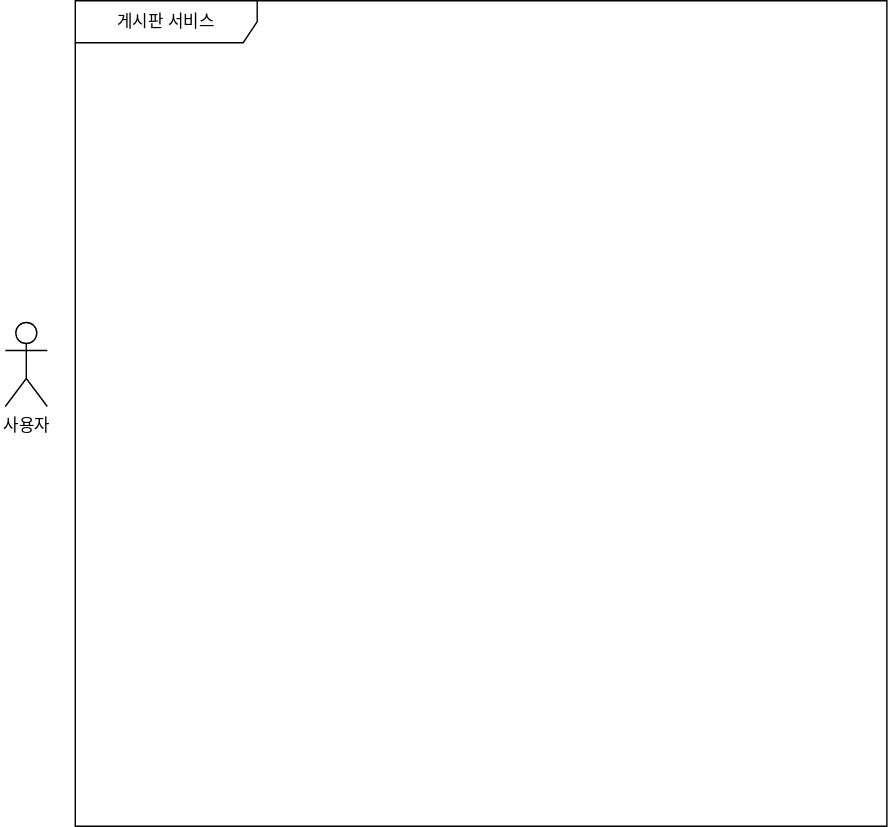
Before: document/use-case.svg, a diagram exported from draw.io (IlSungJung/fastcampus-project-board). Source tidied: cells renumbered, new cells last; positions are measured from the earlier drawing's top-left corner, leaving out a move shared by most shapes.
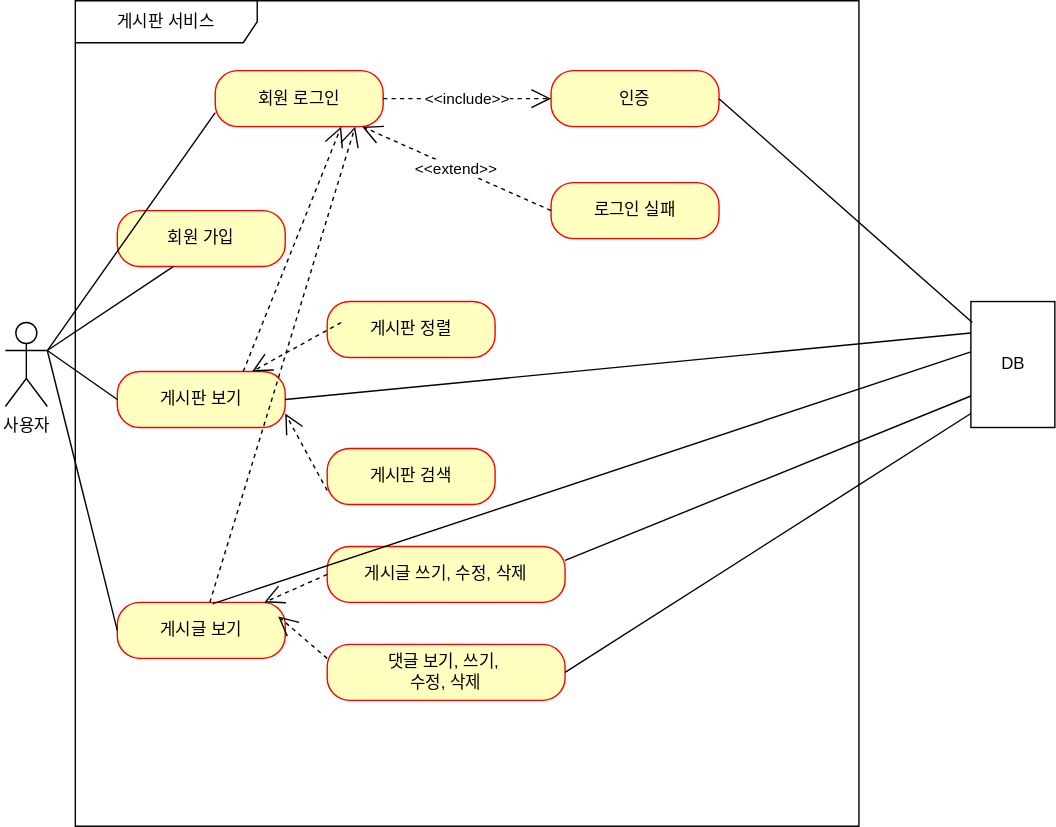
Above is the later version.

Commit message:
use-case.svg이 추가되었습니다.

Diff of the diagram source:
```diff
@@ -6,7 +6,101 @@
       <mxGeometry y="230" width="30" height="60" as="geometry" />
     </mxCell>
     <mxCell id="3" value="게시판 서비스" style="shape=umlFrame;whiteSpace=wrap;html=1;width=130;height=30;" parent="1" vertex="1">
-      <mxGeometry x="50" width="580" height="590" as="geometry" />
+      <mxGeometry x="50" width="560" height="590" as="geometry" />
     </mxCell>
+    <mxCell id="4" value="DB" style="html=1;" parent="1" vertex="1">
+      <mxGeometry x="690" y="215" width="60" height="90" as="geometry" />
+    </mxCell>
+    <mxCell id="5" value="회원 로그인" style="rounded=1;whiteSpace=wrap;html=1;arcSize=40;fontColor=#000000;fillColor=#ffffc0;strokeColor=#ff0000;" parent="1" vertex="1">
+      <mxGeometry x="150" y="50" width="120" height="40" as="geometry" />
+    </mxCell>
+    <mxCell id="6" value="회원 가입" style="rounded=1;whiteSpace=wrap;html=1;arcSize=40;fontColor=#000000;fillColor=#ffffc0;strokeColor=#ff0000;" parent="1" vertex="1">
+      <mxGeometry x="80" y="150" width="120" height="40" as="geometry" />
+    </mxCell>
+    <mxCell id="7" value="게시판 보기" style="rounded=1;whiteSpace=wrap;html=1;arcSize=40;fontColor=#000000;fillColor=#ffffc0;strokeColor=#ff0000;" parent="1" vertex="1">
+      <mxGeometry x="80" y="265" width="120" height="40" as="geometry" />
+    </mxCell>
+    <mxCell id="8" value="게시글 보기" style="rounded=1;whiteSpace=wrap;html=1;arcSize=40;fontColor=#000000;fillColor=#ffffc0;strokeColor=#ff0000;" parent="1" vertex="1">
+      <mxGeometry x="80" y="430" width="120" height="40" as="geometry" />
+    </mxCell>
+    <mxCell id="9" value="인증" style="rounded=1;whiteSpace=wrap;html=1;arcSize=40;fontColor=#000000;fillColor=#ffffc0;strokeColor=#ff0000;" parent="1" vertex="1">
+      <mxGeometry x="390" y="50" width="120" height="40" as="geometry" />
+    </mxCell>
+    <mxCell id="10" value="로그인 실패" style="rounded=1;whiteSpace=wrap;html=1;arcSize=40;fontColor=#000000;fillColor=#ffffc0;strokeColor=#ff0000;" parent="1" vertex="1">
+      <mxGeometry x="390" y="130" width="120" height="40" as="geometry" />
+    </mxCell>
+    <mxCell id="11" value="게시판 정렬" style="rounded=1;whiteSpace=wrap;html=1;arcSize=40;fontColor=#000000;fillColor=#ffffc0;strokeColor=#ff0000;" parent="1" vertex="1">
+      <mxGeometry x="230" y="215" width="120" height="40" as="geometry" />
+    </mxCell>
+    <mxCell id="12" value="게시판 검색" style="rounded=1;whiteSpace=wrap;html=1;arcSize=40;fontColor=#000000;fillColor=#ffffc0;strokeColor=#ff0000;" parent="1" vertex="1">
+      <mxGeometry x="230" y="320" width="120" height="40" as="geometry" />
+    </mxCell>
+    <mxCell id="13" value="게시글 쓰기, 수정, 삭제" style="rounded=1;whiteSpace=wrap;html=1;arcSize=40;fontColor=#000000;fillColor=#ffffc0;strokeColor=#ff0000;" parent="1" vertex="1">
+      <mxGeometry x="230" y="390" width="170" height="40" as="geometry" />
+    </mxCell>
+    <mxCell id="14" value="댓글 보기, 쓰기,&amp;nbsp;&lt;br&gt;수정, 삭제" style="rounded=1;whiteSpace=wrap;html=1;arcSize=40;fontColor=#000000;fillColor=#ffffc0;strokeColor=#ff0000;" parent="1" vertex="1">
+      <mxGeometry x="230" y="460" width="170" height="40" as="geometry" />
+    </mxCell>
+    <mxCell id="15" style="endArrow=none;html=1;rounded=0;exitX=1;exitY=0.3333333333333333;exitDx=0;exitDy=0;exitPerimeter=0;entryX=0;entryY=0.75;entryDx=0;entryDy=0;" parent="1" edge="1" source="2" target="5">
+      <mxGeometry relative="1" as="geometry" />
+    </mxCell>
+    <mxCell id="16" style="endArrow=none;html=1;rounded=0;entryX=0.333;entryY=1;entryDx=0;entryDy=0;entryPerimeter=0;" parent="1" edge="1" target="6">
+      <mxGeometry relative="1" as="geometry">
+        <mxPoint x="30" y="250" as="sourcePoint" />
+      </mxGeometry>
+    </mxCell>
+    <mxCell id="17" style="endArrow=none;html=1;rounded=0;entryX=0;entryY=0.5;entryDx=0;entryDy=0;" parent="1" edge="1" target="7">
+      <mxGeometry relative="1" as="geometry">
+        <mxPoint x="30" y="250" as="sourcePoint" />
+      </mxGeometry>
+    </mxCell>
+    <mxCell id="18" style="endArrow=none;html=1;rounded=0;entryX=0;entryY=0.5;entryDx=0;entryDy=0;" parent="1" edge="1" target="8">
+      <mxGeometry relative="1" as="geometry">
+        <mxPoint x="30" y="250" as="sourcePoint" />
+      </mxGeometry>
+    </mxCell>
+    <mxCell id="19" value="&amp;lt;&amp;lt;include&amp;gt;&amp;gt;" style="endArrow=open;endSize=12;dashed=1;html=1;rounded=0;entryX=0;entryY=0.5;entryDx=0;entryDy=0;" parent="1" edge="1" source="5" target="9">
+      <mxGeometry relative="1" as="geometry" />
+    </mxCell>
+    <mxCell id="20" value="&amp;lt;&amp;lt;extend&amp;gt;&amp;gt;" style="endArrow=open;endSize=12;dashed=1;html=1;rounded=0;exitX=0;exitY=0.5;exitDx=0;exitDy=0;" parent="1" edge="1" source="10" target="5">
+      <mxGeometry relative="1" as="geometry" />
+    </mxCell>
+    <mxCell id="21" value="&lt;span style=&quot;color: rgba(0, 0, 0, 0); font-family: monospace; font-size: 0px; text-align: start; background-color: rgb(248, 249, 250);&quot;&gt;%3CmxGraphModel%3E%3Croot%3E%3CmxCell%20id%3D%220%22%2F%3E%3CmxCell%20id%3D%221%22%20parent%3D%220%22%2F%3E%3CmxCell%20id%3D%222%22%20value%3D%22%26amp%3Blt%3B%26amp%3Blt%3Bextend%26amp%3Bgt%3B%26amp%3Bgt%3B%22%20style%3D%22endArrow%3Dopen%3BendSize%3D12%3Bdashed%3D1%3Bhtml%3D1%3Brounded%3D0%3BexitX%3D0%3BexitY%3D0.5%3BexitDx%3D0%3BexitDy%3D0%3B%22%20edge%3D%221%22%20parent%3D%221%22%3E%3CmxGeometry%20width%3D%22160%22%20relative%3D%221%22%20as%3D%22geometry%22%3E%3CmxPoint%20x%3D%22430%22%20y%3D%22200%22%20as%3D%22sourcePoint%22%2F%3E%3CmxPoint%20x%3D%22295%22%20y%3D%22140%22%20as%3D%22targetPoint%22%2F%3E%3CArray%20as%3D%22points%22%2F%3E%3C%2FmxGeometry%3E%3C%2FmxCell%3E%3C%2Froot%3E%3C%2FmxGraphModel%3E&lt;/span&gt;" style="endArrow=open;endSize=12;dashed=1;html=1;rounded=0;exitX=0.75;exitY=0;exitDx=0;exitDy=0;entryX=0.75;entryY=1;entryDx=0;entryDy=0;" parent="1" edge="1" source="7" target="5">
+      <mxGeometry relative="1" as="geometry" />
+    </mxCell>
+    <mxCell id="22" value="&lt;span style=&quot;color: rgba(0, 0, 0, 0); font-family: monospace; font-size: 0px; text-align: start; background-color: rgb(248, 249, 250);&quot;&gt;%3CmxGraphModel%3E%3Croot%3E%3CmxCell%20id%3D%220%22%2F%3E%3CmxCell%20id%3D%221%22%20parent%3D%220%22%2F%3E%3CmxCell%20id%3D%222%22%20value%3D%22%26amp%3Blt%3B%26amp%3Blt%3Bextend%26amp%3Bgt%3B%26amp%3Bgt%3B%22%20style%3D%22endArrow%3Dopen%3BendSize%3D12%3Bdashed%3D1%3Bhtml%3D1%3Brounded%3D0%3BexitX%3D0%3BexitY%3D0.5%3BexitDx%3D0%3BexitDy%3D0%3B%22%20edge%3D%221%22%20parent%3D%221%22%3E%3CmxGeometry%20width%3D%22160%22%20relative%3D%221%22%20as%3D%22geometry%22%3E%3CmxPoint%20x%3D%22430%22%20y%3D%22200%22%20as%3D%22sourcePoint%22%2F%3E%3CmxPoint%20x%3D%22295%22%20y%3D%22140%22%20as%3D%22targetPoint%22%2F%3E%3CArray%20as%3D%22points%22%2F%3E%3C%2FmxGeometry%3E%3C%2FmxCell%3E%3C%2Froot%3E%3C%2FmxGraphModel%3E&lt;/span&gt;" style="endArrow=open;endSize=12;dashed=1;html=1;rounded=0;" parent="1" edge="1" source="8">
+      <mxGeometry relative="1" as="geometry">
+        <mxPoint x="250" y="90" as="targetPoint" />
+      </mxGeometry>
+    </mxCell>
+    <mxCell id="23" value="&lt;span style=&quot;color: rgba(0, 0, 0, 0); font-family: monospace; font-size: 0px; text-align: start; background-color: rgb(248, 249, 250);&quot;&gt;%3CmxGraphModel%3E%3Croot%3E%3CmxCell%20id%3D%220%22%2F%3E%3CmxCell%20id%3D%221%22%20parent%3D%220%22%2F%3E%3CmxCell%20id%3D%222%22%20value%3D%22%26amp%3Blt%3B%26amp%3Blt%3Bextend%26amp%3Bgt%3B%26amp%3Bgt%3B%22%20style%3D%22endArrow%3Dopen%3BendSize%3D12%3Bdashed%3D1%3Bhtml%3D1%3Brounded%3D0%3BexitX%3D0%3BexitY%3D0.5%3BexitDx%3D0%3BexitDy%3D0%3B%22%20edge%3D%221%22%20parent%3D%221%22%3E%3CmxGeometry%20width%3D%22160%22%20relative%3D%221%22%20as%3D%22geometry%22%3E%3CmxPoint%20x%3D%22430%22%20y%3D%22200%22%20as%3D%22sourcePoint%22%2F%3E%3CmxPoint%20x%3D%22295%22%20y%3D%22140%22%20as%3D%22targetPoint%22%2F%3E%3CArray%20as%3D%22points%22%2F%3E%3C%2FmxGeometry%3E%3C%2FmxCell%3E%3C%2Froot%3E%3C%2FmxGraphModel%3E&lt;/span&gt;" style="endArrow=open;endSize=12;dashed=1;html=1;rounded=0;exitX=0.083;exitY=0.375;exitDx=0;exitDy=0;exitPerimeter=0;" parent="1" edge="1" source="11" target="7">
+      <mxGeometry relative="1" as="geometry" />
+    </mxCell>
+    <mxCell id="24" value="&lt;span style=&quot;color: rgba(0, 0, 0, 0); font-family: monospace; font-size: 0px; text-align: start; background-color: rgb(248, 249, 250);&quot;&gt;%3CmxGraphModel%3E%3Croot%3E%3CmxCell%20id%3D%220%22%2F%3E%3CmxCell%20id%3D%221%22%20parent%3D%220%22%2F%3E%3CmxCell%20id%3D%222%22%20value%3D%22%26amp%3Blt%3B%26amp%3Blt%3Bextend%26amp%3Bgt%3B%26amp%3Bgt%3B%22%20style%3D%22endArrow%3Dopen%3BendSize%3D12%3Bdashed%3D1%3Bhtml%3D1%3Brounded%3D0%3BexitX%3D0%3BexitY%3D0.5%3BexitDx%3D0%3BexitDy%3D0%3B%22%20edge%3D%221%22%20parent%3D%221%22%3E%3CmxGeometry%20width%3D%22160%22%20relative%3D%221%22%20as%3D%22geometry%22%3E%3CmxPoint%20x%3D%22430%22%20y%3D%22200%22%20as%3D%22sourcePoint%22%2F%3E%3CmxPoint%20x%3D%22295%22%20y%3D%22140%22%20as%3D%22targetPoint%22%2F%3E%3CArray%20as%3D%22points%22%2F%3E%3C%2FmxGeometry%3E%3C%2FmxCell%3E%3C%2Froot%3E%3C%2FmxGraphModel%3E&lt;/span&gt;" style="endArrow=open;endSize=12;dashed=1;html=1;rounded=0;exitX=0;exitY=0.75;exitDx=0;exitDy=0;entryX=1;entryY=0.75;entryDx=0;entryDy=0;" parent="1" edge="1" source="12" target="7">
+      <mxGeometry relative="1" as="geometry" />
+    </mxCell>
+    <mxCell id="25" value="&lt;span style=&quot;color: rgba(0, 0, 0, 0); font-family: monospace; font-size: 0px; text-align: start; background-color: rgb(248, 249, 250);&quot;&gt;%3CmxGraphModel%3E%3Croot%3E%3CmxCell%20id%3D%220%22%2F%3E%3CmxCell%20id%3D%221%22%20parent%3D%220%22%2F%3E%3CmxCell%20id%3D%222%22%20value%3D%22%26amp%3Blt%3B%26amp%3Blt%3Bextend%26amp%3Bgt%3B%26amp%3Bgt%3B%22%20style%3D%22endArrow%3Dopen%3BendSize%3D12%3Bdashed%3D1%3Bhtml%3D1%3Brounded%3D0%3BexitX%3D0%3BexitY%3D0.5%3BexitDx%3D0%3BexitDy%3D0%3B%22%20edge%3D%221%22%20parent%3D%221%22%3E%3CmxGeometry%20width%3D%22160%22%20relative%3D%221%22%20as%3D%22geometry%22%3E%3CmxPoint%20x%3D%22430%22%20y%3D%22200%22%20as%3D%22sourcePoint%22%2F%3E%3CmxPoint%20x%3D%22295%22%20y%3D%22140%22%20as%3D%22targetPoint%22%2F%3E%3CArray%20as%3D%22points%22%2F%3E%3C%2FmxGeometry%3E%3C%2FmxCell%3E%3C%2Froot%3E%3C%2FmxGraphModel%3E&lt;/span&gt;" style="endArrow=open;endSize=12;dashed=1;html=1;rounded=0;exitX=0;exitY=0.5;exitDx=0;exitDy=0;" parent="1" edge="1" source="13" target="8">
+      <mxGeometry relative="1" as="geometry" />
+    </mxCell>
+    <mxCell id="26" value="&lt;span style=&quot;color: rgba(0, 0, 0, 0); font-family: monospace; font-size: 0px; text-align: start; background-color: rgb(248, 249, 250);&quot;&gt;%3CmxGraphModel%3E%3Croot%3E%3CmxCell%20id%3D%220%22%2F%3E%3CmxCell%20id%3D%221%22%20parent%3D%220%22%2F%3E%3CmxCell%20id%3D%222%22%20value%3D%22%26amp%3Blt%3B%26amp%3Blt%3Bextend%26amp%3Bgt%3B%26amp%3Bgt%3B%22%20style%3D%22endArrow%3Dopen%3BendSize%3D12%3Bdashed%3D1%3Bhtml%3D1%3Brounded%3D0%3BexitX%3D0%3BexitY%3D0.5%3BexitDx%3D0%3BexitDy%3D0%3B%22%20edge%3D%221%22%20parent%3D%221%22%3E%3CmxGeometry%20width%3D%22160%22%20relative%3D%221%22%20as%3D%22geometry%22%3E%3CmxPoint%20x%3D%22430%22%20y%3D%22200%22%20as%3D%22sourcePoint%22%2F%3E%3CmxPoint%20x%3D%22295%22%20y%3D%22140%22%20as%3D%22targetPoint%22%2F%3E%3CArray%20as%3D%22points%22%2F%3E%3C%2FmxGeometry%3E%3C%2FmxCell%3E%3C%2Froot%3E%3C%2FmxGraphModel%3E&lt;/span&gt;" style="endArrow=open;endSize=12;dashed=1;html=1;rounded=0;exitX=0;exitY=0.25;exitDx=0;exitDy=0;" parent="1" edge="1" source="14">
+      <mxGeometry relative="1" as="geometry">
+        <mxPoint x="195" y="440" as="targetPoint" />
+      </mxGeometry>
+    </mxCell>
+    <mxCell id="27" style="endArrow=none;html=1;rounded=0;exitX=1;exitY=0.5;exitDx=0;exitDy=0;entryX=0.017;entryY=0.167;entryDx=0;entryDy=0;entryPerimeter=0;" parent="1" edge="1" source="9" target="4">
+      <mxGeometry relative="1" as="geometry" />
+    </mxCell>
+    <mxCell id="28" style="endArrow=none;html=1;rounded=0;exitX=1;exitY=0.5;exitDx=0;exitDy=0;entryX=0;entryY=0.25;entryDx=0;entryDy=0;" parent="1" edge="1" source="7" target="4">
+      <mxGeometry relative="1" as="geometry" />
+    </mxCell>
+    <mxCell id="29" style="endArrow=none;html=1;rounded=0;exitX=0.567;exitY=0.025;exitDx=0;exitDy=0;entryX=0;entryY=0.4;entryDx=0;entryDy=0;entryPerimeter=0;exitPerimeter=0;" parent="1" edge="1" source="8" target="4">
+      <mxGeometry relative="1" as="geometry" />
+    </mxCell>
+    <mxCell id="30" style="endArrow=none;html=1;rounded=0;exitX=1;exitY=0.25;exitDx=0;exitDy=0;entryX=0;entryY=0.75;entryDx=0;entryDy=0;" parent="1" edge="1" source="13" target="4">
+      <mxGeometry relative="1" as="geometry" />
+    </mxCell>
+    <mxCell id="31" style="endArrow=none;html=1;rounded=0;exitX=1;exitY=0.5;exitDx=0;exitDy=0;entryX=0;entryY=0.889;entryDx=0;entryDy=0;entryPerimeter=0;" parent="1" edge="1" source="14" target="4">
+      <mxGeometry relative="1" as="geometry" />
+    </mxCell>
   </root>
 </mxGraphModel>
```
